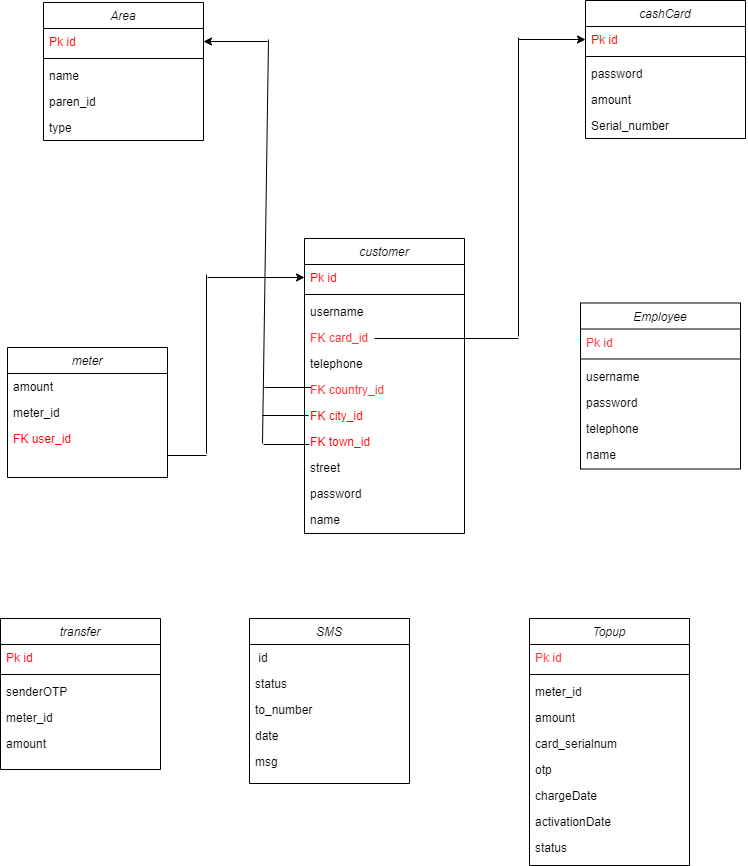
The draw.io diagram Untitled Diagram (1).png in shamaabuhassan/Charts, before a commit. Source tidied: cells renumbered, new cells last; positions are measured from the earlier drawing's top-left corner, leaving out a move shared by most shapes.
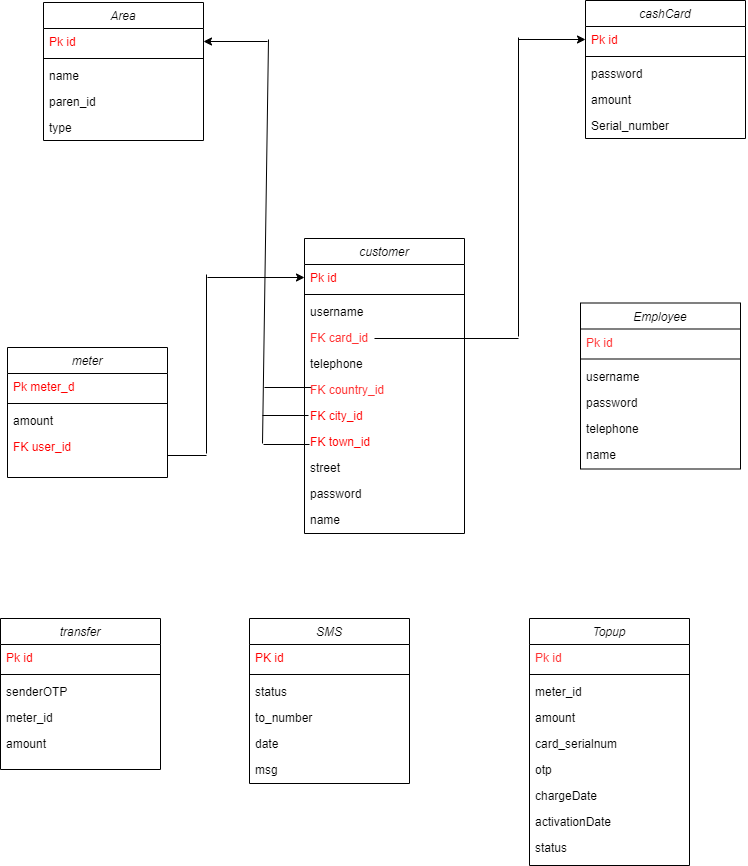
The same diagram one commit later.

The edit, as a diff of the source:
```diff
@@ -23,20 +23,23 @@
     <mxCell id="8" value="SMS" style="swimlane;fontStyle=2;align=center;verticalAlign=top;horizontal=1;startSize=26;rounded=0;shadow=0;strokeWidth=1;" parent="1" vertex="1">
       <mxGeometry x="249" y="618" width="160" height="165" as="geometry" />
     </mxCell>
-    <mxCell id="9" value=" id" style="text;align=left;verticalAlign=top;spacingLeft=4;spacingRight=4;overflow=hidden;" parent="8" vertex="1">
+    <mxCell id="9" value="PK id" style="text;align=left;verticalAlign=top;spacingLeft=4;spacingRight=4;overflow=hidden;fontColor=#FF0000;" parent="8" vertex="1">
       <mxGeometry y="26" width="160" height="26" as="geometry" />
     </mxCell>
+    <mxCell id="70" style="line;html=1;strokeWidth=1;align=left;verticalAlign=middle;spacingTop=-1;spacingLeft=3;spacingRight=3;labelPosition=right;" parent="8" vertex="1">
+      <mxGeometry y="52" width="160" height="8" as="geometry" />
+    </mxCell>
     <mxCell id="10" value="status" style="text;align=left;verticalAlign=top;spacingLeft=4;spacingRight=4;overflow=hidden;rounded=0;shadow=0;html=0;" parent="8" vertex="1">
-      <mxGeometry y="52" width="160" height="26" as="geometry" />
+      <mxGeometry y="60" width="160" height="26" as="geometry" />
     </mxCell>
     <mxCell id="11" value="to_number" style="text;align=left;verticalAlign=top;spacingLeft=4;spacingRight=4;overflow=hidden;rounded=0;shadow=0;html=0;" parent="8" vertex="1">
-      <mxGeometry y="78" width="160" height="26" as="geometry" />
+      <mxGeometry y="86" width="160" height="26" as="geometry" />
     </mxCell>
     <mxCell id="12" value="date" style="text;align=left;verticalAlign=top;spacingLeft=4;spacingRight=4;overflow=hidden;" parent="8" vertex="1">
-      <mxGeometry y="104" width="160" height="26" as="geometry" />
+      <mxGeometry y="112" width="160" height="26" as="geometry" />
     </mxCell>
     <mxCell id="13" value="msg" style="text;align=left;verticalAlign=top;spacingLeft=4;spacingRight=4;overflow=hidden;" parent="8" vertex="1">
-      <mxGeometry y="130" width="160" height="26" as="geometry" />
+      <mxGeometry y="138" width="160" height="26" as="geometry" />
     </mxCell>
     <mxCell id="14" value="Topup" style="swimlane;fontStyle=2;align=center;verticalAlign=top;horizontal=1;startSize=26;rounded=0;shadow=0;strokeWidth=1;" parent="1" vertex="1">
       <mxGeometry x="529" y="618" width="160" height="247" as="geometry" />
@@ -77,14 +80,17 @@
         <mxPoint x="304" y="40" as="targetPoint" />
       </mxGeometry>
     </mxCell>
+    <mxCell id="71" value="Pk meter_d" style="text;align=left;verticalAlign=top;spacingLeft=4;spacingRight=4;overflow=hidden;fontColor=#FF0000;" parent="24" vertex="1">
+      <mxGeometry y="26" width="160" height="26" as="geometry" />
+    </mxCell>
+    <mxCell id="72" style="line;html=1;strokeWidth=1;align=left;verticalAlign=middle;spacingTop=-1;spacingLeft=3;spacingRight=3;labelPosition=right;" parent="24" vertex="1">
+      <mxGeometry y="52" width="160" height="8" as="geometry" />
+    </mxCell>
     <mxCell id="26" value="amount" style="text;align=left;verticalAlign=top;spacingLeft=4;spacingRight=4;overflow=hidden;rounded=0;shadow=0;html=0;" parent="24" vertex="1">
-      <mxGeometry y="26" width="160" height="26" as="geometry" />
+      <mxGeometry y="60" width="160" height="26" as="geometry" />
     </mxCell>
-    <mxCell id="27" value="meter_id" style="text;align=left;verticalAlign=top;spacingLeft=4;spacingRight=4;overflow=hidden;rounded=0;shadow=0;html=0;" parent="24" vertex="1">
-      <mxGeometry y="52" width="160" height="26" as="geometry" />
-    </mxCell>
     <mxCell id="28" value="FK user_id" style="text;align=left;verticalAlign=top;spacingLeft=4;spacingRight=4;overflow=hidden;fontColor=#FF0000;" parent="24" vertex="1">
-      <mxGeometry y="78" width="160" height="26" as="geometry" />
+      <mxGeometry y="86" width="160" height="26" as="geometry" />
     </mxCell>
     <mxCell id="29" value="customer" style="swimlane;fontStyle=2;align=center;verticalAlign=top;horizontal=1;startSize=26;rounded=0;shadow=0;strokeWidth=1;" parent="1" vertex="1">
       <mxGeometry x="304" y="238" width="160" height="295" as="geometry" />
```
